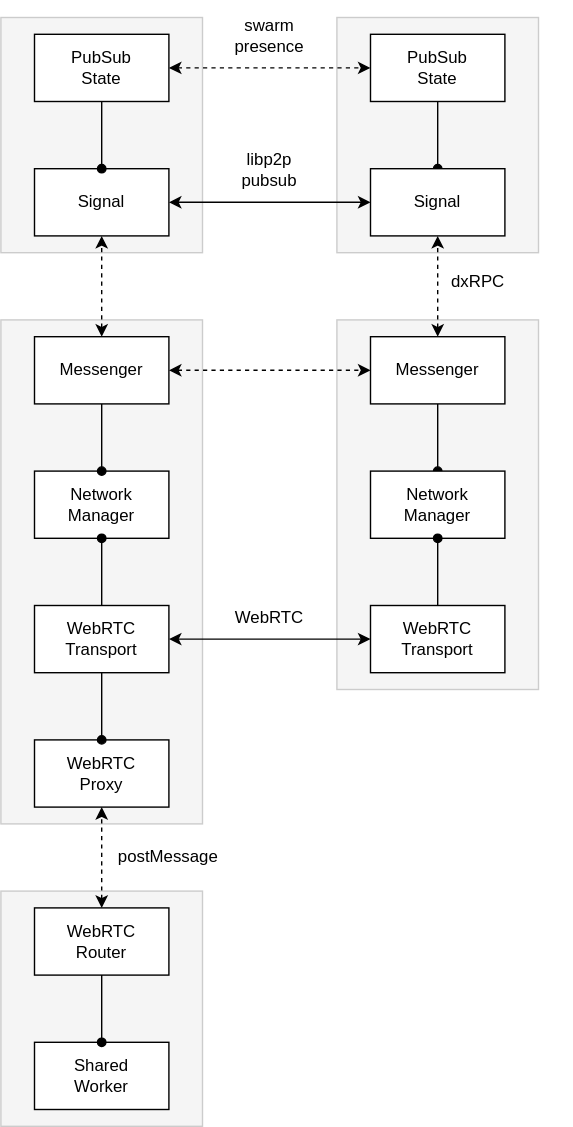
The draw.io diagram docs/design/diagrams/mesh.drawio.svg in dxos/dxos, before a commit. Source tidied: cells renumbered, new cells last; positions are measured from the earlier drawing's top-left corner, leaving out a move shared by most shapes.
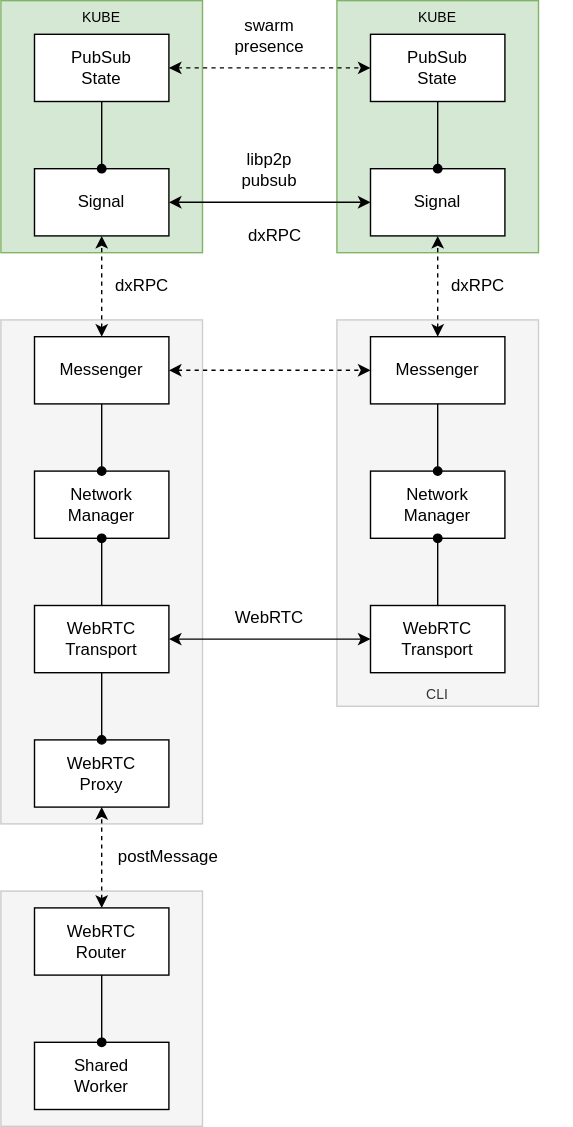
After the change.

Change to the diagram source:
```diff
@@ -2,17 +2,17 @@
   <root>
     <mxCell id="0" />
     <mxCell id="1" parent="0" />
-    <mxCell id="2" style="rounded=0;whiteSpace=wrap;html=1;fillColor=#f5f5f5;fontColor=#333333;strokeColor=#CCCCCC;" parent="1" vertex="1">
-      <mxGeometry x="240" y="228" width="144" height="264" as="geometry" />
+    <mxCell id="2" value="CLI" style="rounded=0;whiteSpace=wrap;html=1;fillColor=#f5f5f5;fontColor=#333333;strokeColor=#CCCCCC;verticalAlign=bottom;fontSize=10;" parent="1" vertex="1">
+      <mxGeometry x="240" y="228" width="144" height="276" as="geometry" />
     </mxCell>
     <mxCell id="3" style="rounded=0;whiteSpace=wrap;html=1;fillColor=#f5f5f5;fontColor=#333333;strokeColor=#CCCCCC;" parent="1" vertex="1">
       <mxGeometry y="228" width="144" height="360" as="geometry" />
     </mxCell>
-    <mxCell id="4" style="rounded=0;whiteSpace=wrap;html=1;fillColor=#f5f5f5;fontColor=#333333;strokeColor=#CCCCCC;" parent="1" vertex="1">
-      <mxGeometry x="240" y="12" width="144" height="168" as="geometry" />
+    <mxCell id="4" value="KUBE" style="rounded=0;whiteSpace=wrap;html=1;fillColor=#d5e8d4;strokeColor=#82b366;fontSize=10;verticalAlign=top;" parent="1" vertex="1">
+      <mxGeometry x="240" width="144" height="180" as="geometry" />
     </mxCell>
-    <mxCell id="5" style="rounded=0;whiteSpace=wrap;html=1;fillColor=#f5f5f5;fontColor=#333333;strokeColor=#CCCCCC;" parent="1" vertex="1">
-      <mxGeometry y="12" width="144" height="168" as="geometry" />
+    <mxCell id="5" value="KUBE" style="rounded=0;whiteSpace=wrap;html=1;fillColor=#d5e8d4;strokeColor=#82b366;verticalAlign=top;fontSize=10;" parent="1" vertex="1">
+      <mxGeometry width="144" height="180" as="geometry" />
     </mxCell>
     <mxCell id="6" style="rounded=0;whiteSpace=wrap;html=1;fillColor=#f5f5f5;fontColor=#333333;strokeColor=#CCCCCC;" parent="1" vertex="1">
       <mxGeometry y="636" width="144" height="168" as="geometry" />
@@ -32,9 +32,6 @@
     <mxCell id="11" value="Signal" style="rounded=0;whiteSpace=wrap;html=1;" parent="1" vertex="1">
       <mxGeometry x="24" y="120" width="96" height="48" as="geometry" />
     </mxCell>
-    <mxCell id="12" style="edgeStyle=none;html=1;exitX=0.5;exitY=0;exitDx=0;exitDy=0;entryX=0.5;entryY=1;entryDx=0;entryDy=0;fontFamily=Courier New;startArrow=oval;startFill=1;endArrow=none;endFill=0;" parent="1" edge="1" source="13" target="38">
-      <mxGeometry relative="1" as="geometry" />
-    </mxCell>
     <mxCell id="13" value="Signal" style="rounded=0;whiteSpace=wrap;html=1;" parent="1" vertex="1">
       <mxGeometry x="264" y="120" width="96" height="48" as="geometry" />
     </mxCell>
@@ -47,9 +44,6 @@
     <mxCell id="16" style="edgeStyle=none;html=1;startArrow=classic;startFill=1;dashed=1;exitX=0.5;exitY=0;exitDx=0;exitDy=0;" parent="1" edge="1" source="29" target="13">
       <mxGeometry relative="1" as="geometry" />
     </mxCell>
-    <mxCell id="17" style="edgeStyle=none;html=1;exitX=0.5;exitY=0;exitDx=0;exitDy=0;fontFamily=Courier New;startArrow=oval;startFill=1;endArrow=none;endFill=0;" parent="1" edge="1" source="18" target="29">
-      <mxGeometry relative="1" as="geometry" />
-    </mxCell>
     <mxCell id="18" value="Network&lt;br&gt;Manager" style="rounded=0;whiteSpace=wrap;html=1;" parent="1" vertex="1">
       <mxGeometry x="264" y="336" width="96" height="48" as="geometry" />
     </mxCell>
@@ -92,7 +86,7 @@
     <mxCell id="31" value="Messenger" style="rounded=0;whiteSpace=wrap;html=1;" parent="1" vertex="1">
       <mxGeometry x="24" y="240" width="96" height="48" as="geometry" />
     </mxCell>
-    <mxCell id="32" value="dxRPC" style="rounded=0;whiteSpace=wrap;html=1;strokeColor=none;fillColor=none;verticalAlign=middle;spacingBottom=6;align=left;spacingLeft=8;" parent="1" vertex="1">
+    <mxCell id="32" value="dxRPC" style="rounded=0;whiteSpace=wrap;html=1;strokeColor=none;fillColor=none;verticalAlign=middle;spacingBottom=0;align=left;spacingLeft=8;" parent="1" vertex="1">
       <mxGeometry x="312" y="180" width="96" height="48" as="geometry" />
     </mxCell>
     <mxCell id="33" value="postMessage" style="rounded=0;whiteSpace=wrap;html=1;strokeColor=none;fillColor=none;align=left;spacingLeft=10;spacingRight=10;" parent="1" vertex="1">
@@ -116,5 +110,17 @@
     <mxCell id="39" style="edgeStyle=none;html=1;exitX=0.5;exitY=0;exitDx=0;exitDy=0;fontFamily=Courier New;startArrow=oval;startFill=1;endArrow=none;endFill=0;" parent="1" edge="1" source="11" target="37">
       <mxGeometry relative="1" as="geometry" />
     </mxCell>
+    <mxCell id="12" style="edgeStyle=none;html=1;exitX=0.5;exitY=0;exitDx=0;exitDy=0;entryX=0.5;entryY=1;entryDx=0;entryDy=0;fontFamily=Courier New;startArrow=oval;startFill=1;endArrow=none;endFill=0;" parent="1" edge="1" source="13" target="38">
+      <mxGeometry relative="1" as="geometry" />
+    </mxCell>
+    <mxCell id="17" style="edgeStyle=none;html=1;exitX=0.5;exitY=0;exitDx=0;exitDy=0;fontFamily=Courier New;startArrow=oval;startFill=1;endArrow=none;endFill=0;" parent="1" edge="1" source="18" target="29">
+      <mxGeometry relative="1" as="geometry" />
+    </mxCell>
+    <mxCell id="40" value="dxRPC" style="rounded=0;whiteSpace=wrap;html=1;strokeColor=none;fillColor=none;verticalAlign=middle;spacingBottom=0;align=center;spacingLeft=8;" parent="1" vertex="1">
+      <mxGeometry x="144" y="144" width="96" height="48" as="geometry" />
+    </mxCell>
+    <mxCell id="41" value="dxRPC" style="rounded=0;whiteSpace=wrap;html=1;strokeColor=none;fillColor=none;verticalAlign=middle;spacingBottom=0;align=left;spacingLeft=8;" parent="1" vertex="1">
+      <mxGeometry x="72" y="180" width="96" height="48" as="geometry" />
+    </mxCell>
   </root>
 </mxGraphModel>
```
